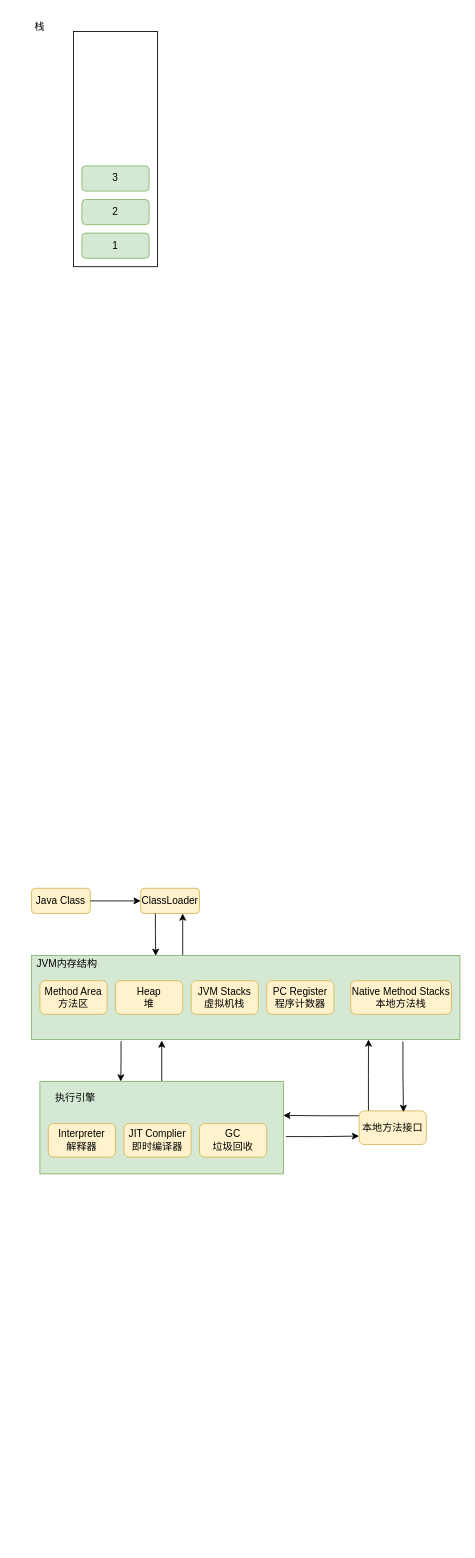
This is 未命名绘图.drawio from kingtanglei/draw, a draw.io file, before an edit. Source tidied: cells renumbered, new cells numbered last; positions are measured from the earlier drawing's top-left corner, leaving out a move shared by most shapes. Both pictures are drawn from the tidied source at 84%, with x=0, y=0 at pixel (14, 14).
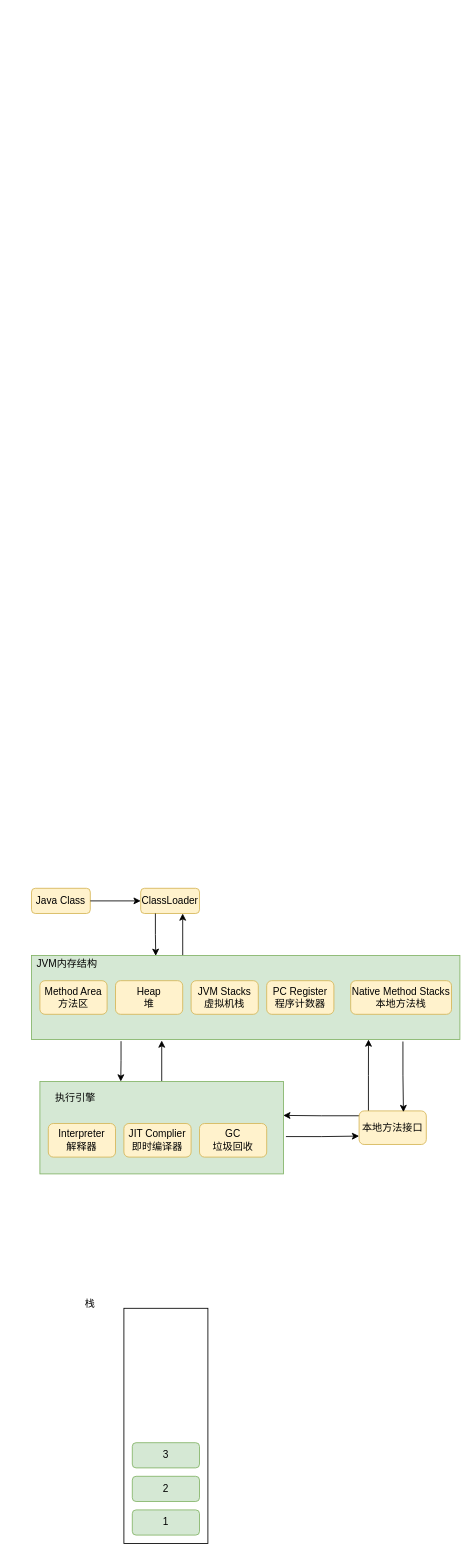
The same page after the edit.

The edit, as a diff of the source:
```diff
@@
+    <mxCell id="32" style="group;" parent="1" vertex="1">
+      <mxGeometry x="60" y="1520" width="170" height="300" as="geometry" />
+    </mxCell>
-    <mxCell id="27" style="rounded=0;whiteSpace=wrap;html=1;fontSize=12;" parent="1" vertex="1">
+    <mxCell id="27" style="rounded=0;whiteSpace=wrap;html=1;fontSize=12;" parent="32" vertex="1">
       <mxGeometry x="70" y="20" width="100" height="280" as="geometry" />
     </mxCell>
-    <mxCell id="28" value="栈" style="text;html=1;strokeColor=none;fillColor=none;align=center;verticalAlign=middle;whiteSpace=wrap;rounded=0;fontSize=12;" parent="1" vertex="1">
+    <mxCell id="28" value="栈" style="text;html=1;strokeColor=none;fillColor=none;align=center;verticalAlign=middle;whiteSpace=wrap;rounded=0;fontSize=12;" parent="32" vertex="1">
       <mxGeometry width="60" height="30" as="geometry" />
     </mxCell>
-    <mxCell id="29" value="1" style="rounded=1;whiteSpace=wrap;html=1;fontSize=12;fillColor=#d5e8d4;strokeColor=#82b366;" parent="1" vertex="1">
+    <mxCell id="29" value="1" style="rounded=1;whiteSpace=wrap;html=1;fontSize=12;fillColor=#d5e8d4;strokeColor=#82b366;" parent="32" vertex="1">
       <mxGeometry x="80" y="260" width="80" height="30" as="geometry" />
     </mxCell>
-    <mxCell id="30" value="2" style="rounded=1;whiteSpace=wrap;html=1;fontSize=12;fillColor=#d5e8d4;strokeColor=#82b366;" parent="1" vertex="1">
+    <mxCell id="30" value="2" style="rounded=1;whiteSpace=wrap;html=1;fontSize=12;fillColor=#d5e8d4;strokeColor=#82b366;" parent="32" vertex="1">
       <mxGeometry x="80" y="220" width="80" height="30" as="geometry" />
     </mxCell>
-    <mxCell id="31" value="3" style="rounded=1;whiteSpace=wrap;html=1;fontSize=12;fillColor=#d5e8d4;strokeColor=#82b366;" parent="1" vertex="1">
+    <mxCell id="31" value="3" style="rounded=1;whiteSpace=wrap;html=1;fontSize=12;fillColor=#d5e8d4;strokeColor=#82b366;" parent="32" vertex="1">
       <mxGeometry x="80" y="180" width="80" height="30" as="geometry" />
     </mxCell>
```
